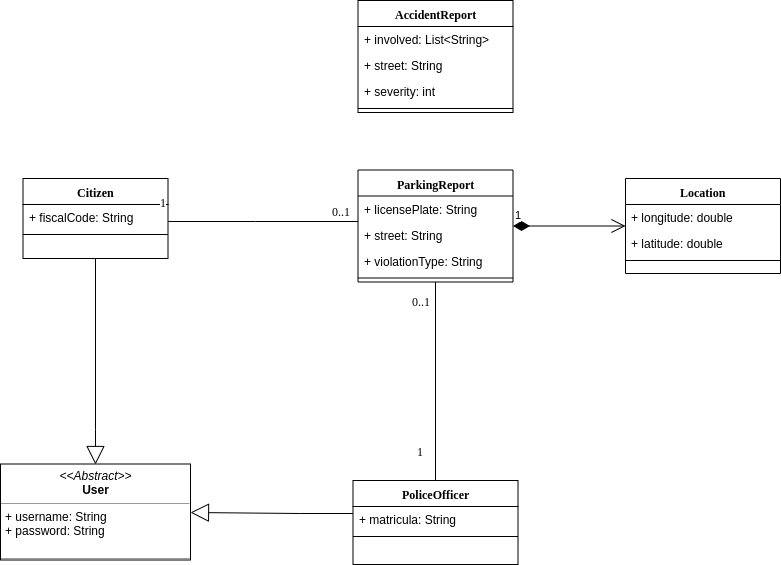
The draw.io diagram RASD/images/class-diagram.png in f3d0ss/CazzolaDotti-se2, before a commit. Source tidied: cells renumbered, new cells last; positions are measured from the earlier drawing's top-left corner, leaving out a move shared by most shapes.
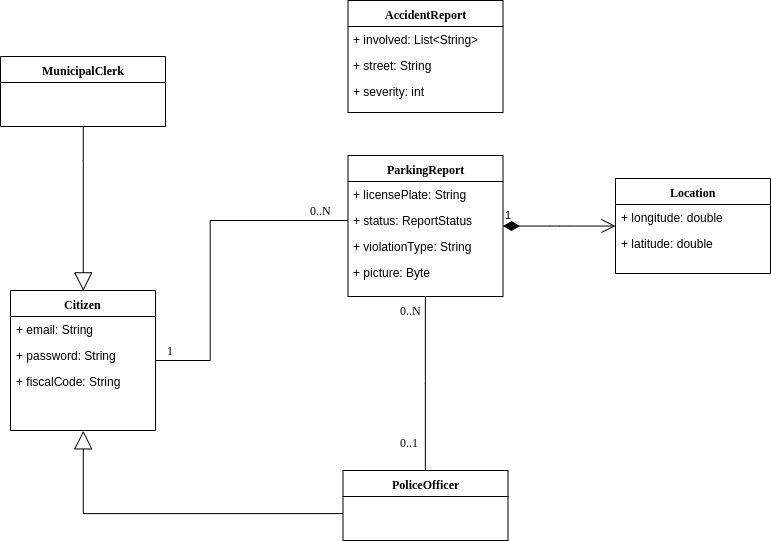
The same file after the commit.

Diff of the diagram source:
```diff
@@ -2,62 +2,46 @@
   <root>
     <mxCell id="0" />
     <mxCell id="1" parent="0" />
-    <mxCell id="2" value="Citizen" style="swimlane;html=1;fontStyle=1;align=center;verticalAlign=top;horizontal=1;startSize=26;swimlaneFillColor=#ffffff;rounded=0;shadow=0;comic=0;labelBackgroundColor=none;strokeColor=#000000;strokeWidth=1;fillColor=none;fontFamily=Verdana;fontSize=12;fontColor=#000000;" parent="1" vertex="1">
-      <mxGeometry x="22.5" y="178" width="145" height="80" as="geometry" />
-    </mxCell>
-    <mxCell id="3" value="+ fiscalCode: String" style="text;html=1;strokeColor=none;fillColor=none;align=left;verticalAlign=top;spacingLeft=4;spacingRight=4;whiteSpace=wrap;overflow=hidden;" parent="2" vertex="1">
-      <mxGeometry y="26" width="145" height="26" as="geometry" />
-    </mxCell>
-    <mxCell id="4" style="line;html=1;strokeWidth=1;fillColor=none;align=left;verticalAlign=middle;spacingTop=-1;spacingLeft=3;spacingRight=3;labelPosition=right;" parent="2" vertex="1">
-      <mxGeometry y="52" width="145" height="8" as="geometry" />
-    </mxCell>
     <mxCell id="5" style="edgeStyle=orthogonalEdgeStyle;rounded=0;html=1;labelBackgroundColor=none;startArrow=none;startFill=0;startSize=8;endArrow=none;endFill=0;endSize=16;fontFamily=Verdana;fontSize=12;" parent="1" edge="1" source="8" target="2">
       <mxGeometry relative="1" as="geometry">
         <Array as="points">
-          <mxPoint x="255" y="221" />
-          <mxPoint x="255" y="221" />
+          <mxPoint x="220" y="220" />
+          <mxPoint x="220" y="360" />
         </Array>
       </mxGeometry>
     </mxCell>
-    <mxCell id="6" value="0..1" style="text;html=1;align=center;verticalAlign=middle;labelBackgroundColor=#ffffff;fontSize=12;fontFamily=Verdana;fontColor=#000000;" parent="5" vertex="1">
+    <mxCell id="6" value="0..N" style="text;html=1;align=center;verticalAlign=middle;labelBackgroundColor=#ffffff;fontSize=12;fontFamily=Verdana;fontColor=#000000;" parent="5" vertex="1">
       <mxGeometry x="-0.57" y="-86" relative="1" as="geometry">
-        <mxPoint x="22.5" y="75" as="offset" />
+        <mxPoint x="43.5" y="76" as="offset" />
       </mxGeometry>
     </mxCell>
     <mxCell id="7" value="1" style="text;html=1;align=center;verticalAlign=middle;labelBackgroundColor=#ffffff;fontSize=12;fontFamily=Verdana;fontColor=#000000;" parent="5" vertex="1">
       <mxGeometry x="0.89" y="-1" relative="1" as="geometry">
-        <mxPoint x="-15" y="-19" as="offset" />
+        <mxPoint x="-3" y="-9" as="offset" />
       </mxGeometry>
     </mxCell>
     <mxCell id="8" value="ParkingReport" style="swimlane;html=1;fontStyle=1;align=center;verticalAlign=top;horizontal=1;startSize=26;swimlaneFillColor=#ffffff;rounded=0;shadow=0;comic=0;labelBackgroundColor=none;strokeColor=#000000;strokeWidth=1;fillColor=none;fontFamily=Verdana;fontSize=12;fontColor=#000000;" parent="1" vertex="1">
-      <mxGeometry x="357.5" y="169.5" width="155" height="112" as="geometry" />
+      <mxGeometry x="357.5" y="155" width="155" height="141" as="geometry" />
     </mxCell>
     <mxCell id="9" value="+ licensePlate: String" style="text;html=1;strokeColor=none;fillColor=none;align=left;verticalAlign=top;spacingLeft=4;spacingRight=4;whiteSpace=wrap;overflow=hidden;" parent="8" vertex="1">
       <mxGeometry y="26" width="155" height="26" as="geometry" />
     </mxCell>
-    <mxCell id="10" value="+ street: String" style="text;html=1;strokeColor=none;fillColor=none;align=left;verticalAlign=top;spacingLeft=4;spacingRight=4;whiteSpace=wrap;overflow=hidden;" parent="8" vertex="1">
+    <mxCell id="10" value="+ status: ReportStatus" style="text;html=1;strokeColor=none;fillColor=none;align=left;verticalAlign=top;spacingLeft=4;spacingRight=4;whiteSpace=wrap;overflow=hidden;" parent="8" vertex="1">
       <mxGeometry y="52" width="155" height="26" as="geometry" />
     </mxCell>
     <mxCell id="11" value="+ violationType: String" style="text;html=1;strokeColor=none;fillColor=none;align=left;verticalAlign=top;spacingLeft=4;spacingRight=4;whiteSpace=wrap;overflow=hidden;" parent="8" vertex="1">
       <mxGeometry y="78" width="155" height="26" as="geometry" />
     </mxCell>
-    <mxCell id="12" style="line;html=1;strokeWidth=1;fillColor=none;align=left;verticalAlign=middle;spacingTop=-1;spacingLeft=3;spacingRight=3;labelPosition=right;" parent="8" vertex="1">
-      <mxGeometry y="104" width="155" height="8" as="geometry" />
-    </mxCell>
+    <mxCell id="32" value="+ picture: Byte" style="text;html=1;strokeColor=none;fillColor=none;align=left;verticalAlign=top;spacingLeft=4;spacingRight=4;whiteSpace=wrap;overflow=hidden;" parent="8" vertex="1">
+      <mxGeometry y="104" width="155" height="26" as="geometry" />
+    </mxCell>
     <mxCell id="13" value="PoliceOfficer" style="swimlane;html=1;fontStyle=1;align=center;verticalAlign=top;horizontal=1;startSize=26;swimlaneFillColor=#ffffff;rounded=0;shadow=0;comic=0;labelBackgroundColor=none;strokeColor=#000000;strokeWidth=1;fillColor=none;fontFamily=Verdana;fontSize=12;fontColor=#000000;" parent="1" vertex="1">
-      <mxGeometry x="352.5" y="480" width="165" height="84" as="geometry" />
+      <mxGeometry x="352.5" y="470" width="165" height="70" as="geometry" />
     </mxCell>
-    <mxCell id="14" value="+ matricula: String" style="text;html=1;strokeColor=none;fillColor=none;align=left;verticalAlign=top;spacingLeft=4;spacingRight=4;whiteSpace=wrap;overflow=hidden;" parent="13" vertex="1">
-      <mxGeometry y="26" width="165" height="26" as="geometry" />
-    </mxCell>
-    <mxCell id="15" style="line;html=1;strokeWidth=1;fillColor=none;align=left;verticalAlign=middle;spacingTop=-1;spacingLeft=3;spacingRight=3;labelPosition=right;" parent="13" vertex="1">
-      <mxGeometry y="52" width="165" height="8" as="geometry" />
-    </mxCell>
-    <mxCell id="16" style="edgeStyle=orthogonalEdgeStyle;rounded=0;html=1;labelBackgroundColor=none;startArrow=none;startFill=0;startSize=8;endArrow=block;endFill=0;endSize=16;fontFamily=Verdana;fontSize=12;entryX=1;entryY=0.5;entryDx=0;entryDy=0;" parent="1" edge="1" source="13" target="21">
+    <mxCell id="16" style="edgeStyle=orthogonalEdgeStyle;rounded=0;html=1;labelBackgroundColor=none;startArrow=none;startFill=0;startSize=8;endArrow=block;endFill=0;endSize=16;fontFamily=Verdana;fontSize=12;entryX=0.5;entryY=1;entryDx=0;entryDy=0;" parent="1" edge="1" source="13" target="2">
       <mxGeometry relative="1" as="geometry">
         <Array as="points">
-          <mxPoint x="300" y="513" />
-          <mxPoint x="300" y="513" />
+          <mxPoint x="93" y="513" />
         </Array>
       </mxGeometry>
     </mxCell>
@@ -70,32 +54,18 @@
     <mxCell id="19" value="+ latitude: double" style="text;html=1;strokeColor=none;fillColor=none;align=left;verticalAlign=top;spacingLeft=4;spacingRight=4;whiteSpace=wrap;overflow=hidden;" parent="17" vertex="1">
       <mxGeometry y="52" width="155" height="26" as="geometry" />
     </mxCell>
-    <mxCell id="20" style="line;html=1;strokeWidth=1;fillColor=none;align=left;verticalAlign=middle;spacingTop=-1;spacingLeft=3;spacingRight=3;labelPosition=right;" parent="17" vertex="1">
-      <mxGeometry y="78" width="155" height="8" as="geometry" />
-    </mxCell>
-    <mxCell id="21" value="&lt;p style=&quot;margin: 0px ; margin-top: 4px ; text-align: center&quot;&gt;&lt;i&gt;&amp;lt;&amp;lt;Abstract&amp;gt;&amp;gt;&lt;/i&gt;&lt;br&gt;&lt;b&gt;User&lt;/b&gt;&lt;/p&gt;&lt;hr size=&quot;1&quot;&gt;&lt;p style=&quot;margin: 0px ; margin-left: 4px&quot;&gt;+ username:&amp;nbsp;&lt;span style=&quot;white-space: normal&quot;&gt;String&lt;/span&gt;&lt;br&gt;+ password: String&lt;/p&gt;&lt;br&gt;&lt;hr size=&quot;1&quot;&gt;&lt;p style=&quot;margin: 0px ; margin-left: 4px&quot;&gt;&lt;br&gt;&lt;/p&gt;" style="verticalAlign=top;align=left;overflow=fill;fontSize=12;fontFamily=Helvetica;html=1;rounded=0;shadow=0;comic=0;labelBackgroundColor=none;strokeColor=#000000;strokeWidth=1;fillColor=#ffffff;" parent="1" vertex="1">
-      <mxGeometry y="463.5" width="190" height="96" as="geometry" />
-    </mxCell>
-    <mxCell id="22" style="edgeStyle=orthogonalEdgeStyle;rounded=0;html=1;labelBackgroundColor=none;startArrow=none;startFill=0;startSize=8;endArrow=block;endFill=0;endSize=16;fontFamily=Verdana;fontSize=12;exitX=0.5;exitY=1;exitDx=0;exitDy=0;entryX=0.5;entryY=0;entryDx=0;entryDy=0;" parent="1" edge="1" source="2" target="21">
-      <mxGeometry relative="1" as="geometry">
-        <Array as="points">
-          <mxPoint x="95" y="428.5" />
-          <mxPoint x="95" y="428.5" />
-        </Array>
-      </mxGeometry>
-    </mxCell>
     <mxCell id="23" value="1" style="endArrow=open;html=1;endSize=12;startArrow=diamondThin;startSize=14;startFill=1;edgeStyle=orthogonalEdgeStyle;align=left;verticalAlign=bottom;" parent="1" edge="1" source="8" target="17">
       <mxGeometry x="-1" y="3" relative="1" as="geometry" />
     </mxCell>
     <mxCell id="24" style="edgeStyle=orthogonalEdgeStyle;rounded=0;html=1;labelBackgroundColor=none;startArrow=none;startFill=0;startSize=8;endArrow=none;endFill=0;endSize=16;fontFamily=Verdana;fontSize=12;" parent="1" edge="1" source="8" target="13">
       <mxGeometry relative="1" as="geometry" />
     </mxCell>
-    <mxCell id="25" value="0..1" style="text;html=1;align=center;verticalAlign=middle;labelBackgroundColor=#ffffff;fontSize=12;fontFamily=Verdana;fontColor=#000000;" parent="24" vertex="1">
+    <mxCell id="25" value="0..N" style="text;html=1;align=center;verticalAlign=middle;labelBackgroundColor=#ffffff;fontSize=12;fontFamily=Verdana;fontColor=#000000;" parent="24" vertex="1">
       <mxGeometry x="-0.57" y="-86" relative="1" as="geometry">
         <mxPoint x="71" y="-23.5" as="offset" />
       </mxGeometry>
     </mxCell>
-    <mxCell id="26" value="1" style="text;html=1;align=center;verticalAlign=middle;labelBackgroundColor=#ffffff;fontSize=12;fontFamily=Verdana;fontColor=#000000;" parent="24" vertex="1">
+    <mxCell id="26" value="0..1" style="text;html=1;align=center;verticalAlign=middle;labelBackgroundColor=#ffffff;fontSize=12;fontFamily=Verdana;fontColor=#000000;" parent="24" vertex="1">
       <mxGeometry x="0.89" y="-1" relative="1" as="geometry">
         <mxPoint x="-15" y="-19" as="offset" />
       </mxGeometry>
@@ -112,8 +82,28 @@
     <mxCell id="30" value="+ severity: int" style="text;html=1;strokeColor=none;fillColor=none;align=left;verticalAlign=top;spacingLeft=4;spacingRight=4;whiteSpace=wrap;overflow=hidden;" parent="27" vertex="1">
       <mxGeometry y="78" width="155" height="26" as="geometry" />
     </mxCell>
-    <mxCell id="31" style="line;html=1;strokeWidth=1;fillColor=none;align=left;verticalAlign=middle;spacingTop=-1;spacingLeft=3;spacingRight=3;labelPosition=right;" parent="27" vertex="1">
-      <mxGeometry y="104" width="155" height="8" as="geometry" />
-    </mxCell>
+    <mxCell id="2" value="Citizen" style="swimlane;html=1;fontStyle=1;align=center;verticalAlign=top;horizontal=1;startSize=26;swimlaneFillColor=#ffffff;rounded=0;shadow=0;comic=0;labelBackgroundColor=none;strokeColor=#000000;strokeWidth=1;fillColor=none;fontFamily=Verdana;fontSize=12;fontColor=#000000;" parent="1" vertex="1">
+      <mxGeometry x="20" y="290" width="145" height="140" as="geometry" />
+    </mxCell>
+    <mxCell id="33" value="+ email: String" style="text;html=1;strokeColor=none;fillColor=none;align=left;verticalAlign=top;spacingLeft=4;spacingRight=4;whiteSpace=wrap;overflow=hidden;" parent="2" vertex="1">
+      <mxGeometry y="26" width="145" height="26" as="geometry" />
+    </mxCell>
+    <mxCell id="34" value="+ password: String" style="text;html=1;strokeColor=none;fillColor=none;align=left;verticalAlign=top;spacingLeft=4;spacingRight=4;whiteSpace=wrap;overflow=hidden;" parent="2" vertex="1">
+      <mxGeometry y="52" width="145" height="26" as="geometry" />
+    </mxCell>
+    <mxCell id="3" value="+ fiscalCode: String" style="text;html=1;strokeColor=none;fillColor=none;align=left;verticalAlign=top;spacingLeft=4;spacingRight=4;whiteSpace=wrap;overflow=hidden;" parent="2" vertex="1">
+      <mxGeometry y="78" width="145" height="26" as="geometry" />
+    </mxCell>
+    <mxCell id="35" value="MunicipalClerk" style="swimlane;html=1;fontStyle=1;align=center;verticalAlign=top;horizontal=1;startSize=26;swimlaneFillColor=#ffffff;rounded=0;shadow=0;comic=0;labelBackgroundColor=none;strokeColor=#000000;strokeWidth=1;fillColor=none;fontFamily=Verdana;fontSize=12;fontColor=#000000;" parent="1" vertex="1">
+      <mxGeometry x="10" y="56" width="165" height="70" as="geometry" />
+    </mxCell>
+    <mxCell id="36" style="edgeStyle=orthogonalEdgeStyle;rounded=0;html=1;labelBackgroundColor=none;startArrow=none;startFill=0;startSize=8;endArrow=block;endFill=0;endSize=16;fontFamily=Verdana;fontSize=12;entryX=0.5;entryY=0;entryDx=0;entryDy=0;exitX=0.5;exitY=1;exitDx=0;exitDy=0;" parent="1" edge="1" source="35" target="2">
+      <mxGeometry relative="1" as="geometry">
+        <Array as="points">
+          <mxPoint x="93" y="160" />
+          <mxPoint x="93" y="160" />
+        </Array>
+      </mxGeometry>
+    </mxCell>
   </root>
 </mxGraphModel>
```
